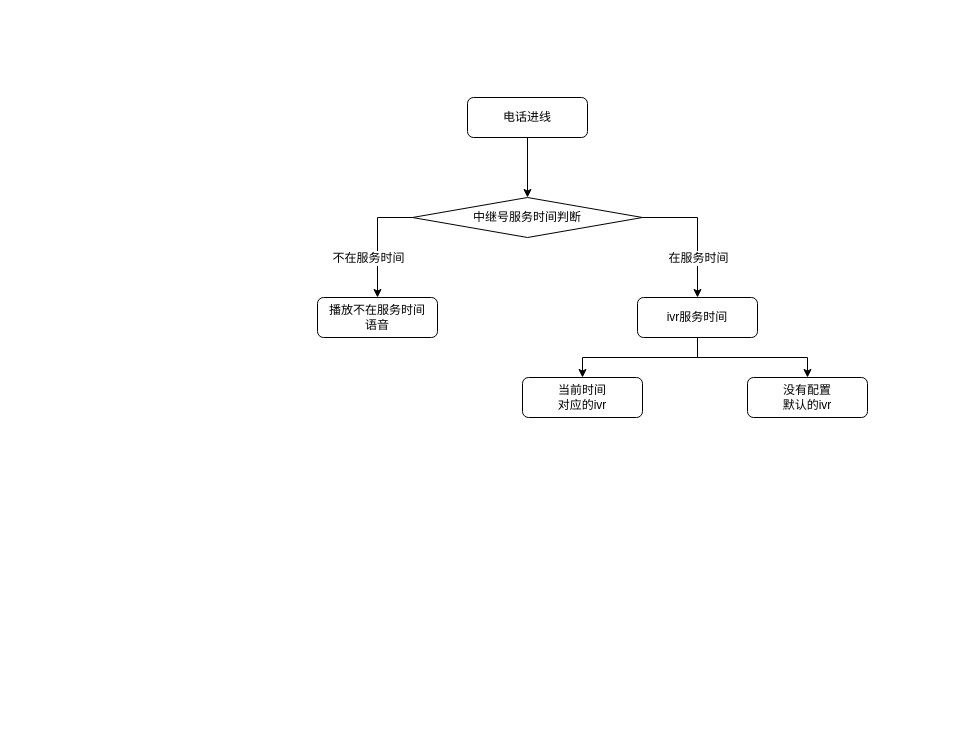
Before: 工作时间流程图.drawio in sw4655315/drawio, a draw.io diagram. Source tidied: cells renumbered, new cells numbered last; positions are measured from the earlier drawing's top-left corner, leaving out a move shared by most shapes. Both pictures are drawn from the tidied source at 100%, with x=0, y=0 at pixel (317, 97).
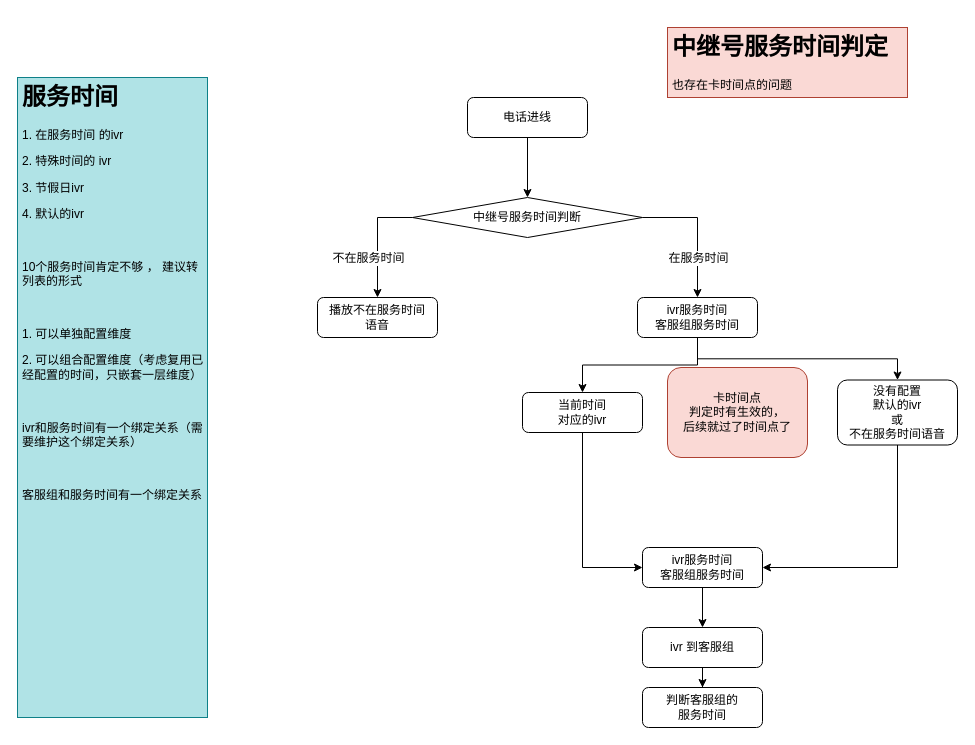
The same diagram, later.

Commit message (it also covers changes not shown here):
更新工作时间流程图.drawio

What changed in the source:
```diff
@@
-    <mxCell id="11" style="edgeStyle=orthogonalEdgeStyle;rounded=0;jettySize=auto;html=1;" parent="1" edge="1" source="12" target="14">
+    <mxCell id="11" style="edgeStyle=orthogonalEdgeStyle;rounded=0;jettySize=auto;html=1;exitX=0.5;exitY=1;exitDx=0;exitDy=0;" parent="1" edge="1" source="12" target="14">
       <mxGeometry relative="1" as="geometry" />
     </mxCell>
-    <mxCell id="12" value="ivr服务时间" style="rounded=1;whiteSpace=wrap;html=1;fontSize=12;glass=0;strokeWidth=1;shadow=0;" parent="1" vertex="1">
+    <mxCell id="12" value="ivr服务时间&lt;br&gt;客服组服务时间" style="rounded=1;whiteSpace=wrap;html=1;fontSize=12;glass=0;strokeWidth=1;shadow=0;" parent="1" vertex="1">
       <mxGeometry x="320" y="200" width="120" height="40" as="geometry" />
     </mxCell>
+    <mxCell id="15" style="edgeStyle=orthogonalEdgeStyle;rounded=0;jettySize=auto;html=1;entryX=0;entryY=0.5;entryDx=0;entryDy=0;" parent="1" edge="1" source="13" target="20">
+      <mxGeometry relative="1" as="geometry" />
+    </mxCell>
     <mxCell id="13" value="当前时间&lt;br&gt;对应的ivr" style="rounded=1;whiteSpace=wrap;html=1;fontSize=12;glass=0;strokeWidth=1;shadow=0;" parent="1" vertex="1">
-      <mxGeometry x="205" y="280" width="120" height="40" as="geometry" />
+      <mxGeometry x="205" y="295" width="120" height="40" as="geometry" />
     </mxCell>
+    <mxCell id="16" style="edgeStyle=orthogonalEdgeStyle;rounded=0;jettySize=auto;html=1;entryX=1;entryY=0.5;entryDx=0;entryDy=0;exitX=0.5;exitY=1;exitDx=0;exitDy=0;" parent="1" edge="1" source="14" target="20">
+      <mxGeometry relative="1" as="geometry" />
+    </mxCell>
-    <mxCell id="14" value="没有配置&lt;br&gt;默认的ivr" style="rounded=1;whiteSpace=wrap;html=1;fontSize=12;glass=0;strokeWidth=1;shadow=0;" parent="1" vertex="1">
-      <mxGeometry x="430" y="280" width="120" height="40" as="geometry" />
+    <mxCell id="14" value="没有配置&lt;br&gt;默认的ivr&lt;br&gt;或&lt;br&gt;不在服务时间语音" style="rounded=1;whiteSpace=wrap;html=1;fontSize=12;glass=0;strokeWidth=1;shadow=0;" parent="1" vertex="1">
+      <mxGeometry x="520" y="282.5" width="120" height="65" as="geometry" />
     </mxCell>
+    <mxCell id="17" value="&lt;h1&gt;服务时间&lt;/h1&gt;&lt;p&gt;1. 在服务时间 的ivr&lt;/p&gt;&lt;p&gt;2. 特殊时间的 ivr&lt;/p&gt;&lt;p&gt;3. 节假日ivr&lt;/p&gt;&lt;p&gt;4. 默认的ivr&lt;/p&gt;&lt;p&gt;&lt;br&gt;&lt;/p&gt;&lt;p&gt;10个服务时间肯定不够 ， 建议转列表的形式&lt;/p&gt;&lt;p&gt;&lt;br&gt;&lt;/p&gt;&lt;p&gt;1. 可以单独配置维度&lt;/p&gt;&lt;p&gt;2. 可以组合配置维度（考虑复用已经配置的时间，只嵌套一层维度）&lt;/p&gt;&lt;p&gt;&lt;br&gt;&lt;/p&gt;&lt;p&gt;ivr和服务时间有一个绑定关系（需要维护这个绑定关系）&lt;/p&gt;&lt;p&gt;&lt;br&gt;&lt;/p&gt;&lt;p&gt;客服组和服务时间有一个绑定关系&lt;/p&gt;" style="text;html=1;strokeColor=#0e8088;fillColor=#b0e3e6;spacing=5;spacingTop=-20;whiteSpace=wrap;overflow=hidden;rounded=0;align=left;" parent="1" vertex="1">
+      <mxGeometry x="-300" y="-20" width="190" height="640" as="geometry" />
+    </mxCell>
+    <mxCell id="18" value="卡时间点&lt;br&gt;判定时有生效的，&lt;br&gt;后续就过了时间点了" style="rounded=1;whiteSpace=wrap;html=1;fontSize=12;glass=0;strokeWidth=1;shadow=0;fillColor=#fad9d5;strokeColor=#ae4132;" parent="1" vertex="1">
+      <mxGeometry x="350" y="270" width="140" height="90" as="geometry" />
+    </mxCell>
+    <mxCell id="19" style="edgeStyle=orthogonalEdgeStyle;rounded=0;jettySize=auto;html=1;entryX=0.5;entryY=0;entryDx=0;entryDy=0;" parent="1" edge="1" source="20" target="23">
+      <mxGeometry relative="1" as="geometry" />
+    </mxCell>
+    <mxCell id="20" value="ivr服务时间&lt;br&gt;客服组服务时间" style="rounded=1;whiteSpace=wrap;html=1;fontSize=12;glass=0;strokeWidth=1;shadow=0;" parent="1" vertex="1">
+      <mxGeometry x="325" y="450" width="120" height="40" as="geometry" />
+    </mxCell>
+    <mxCell id="21" value="&lt;h1&gt;中继号服务时间判定&lt;/h1&gt;&lt;p&gt;也存在卡时间点的问题&lt;/p&gt;" style="text;html=1;strokeColor=#ae4132;fillColor=#fad9d5;spacing=5;spacingTop=-20;whiteSpace=wrap;overflow=hidden;rounded=0;align=left;" parent="1" vertex="1">
+      <mxGeometry x="350" y="-70" width="240" height="70" as="geometry" />
+    </mxCell>
+    <mxCell id="22" style="edgeStyle=orthogonalEdgeStyle;rounded=0;jettySize=auto;html=1;entryX=0.5;entryY=0;entryDx=0;entryDy=0;" parent="1" edge="1" source="23" target="24">
+      <mxGeometry relative="1" as="geometry" />
+    </mxCell>
+    <mxCell id="23" value="ivr 到客服组" style="rounded=1;whiteSpace=wrap;html=1;fontSize=12;glass=0;strokeWidth=1;shadow=0;" parent="1" vertex="1">
+      <mxGeometry x="325" y="530" width="120" height="40" as="geometry" />
+    </mxCell>
+    <mxCell id="24" value="判断客服组的&lt;br&gt;服务时间" style="rounded=1;whiteSpace=wrap;html=1;fontSize=12;glass=0;strokeWidth=1;shadow=0;" parent="1" vertex="1">
+      <mxGeometry x="325" y="590" width="120" height="40" as="geometry" />
+    </mxCell>
```
